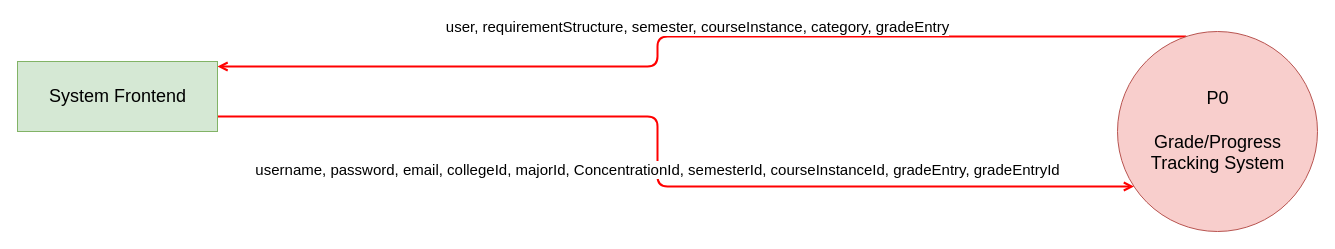
Before: docs/level_0_dfd/level_0_dfd.drawio in KYDronePilot/CSC-440-Team-Project, a draw.io diagram. Source tidied: cells renumbered, new cells numbered last; positions are measured from the earlier drawing's top-left corner, leaving out a move shared by most shapes. Both pictures are drawn from the tidied source at 100%, with x=0, y=0 at pixel (17, 31).
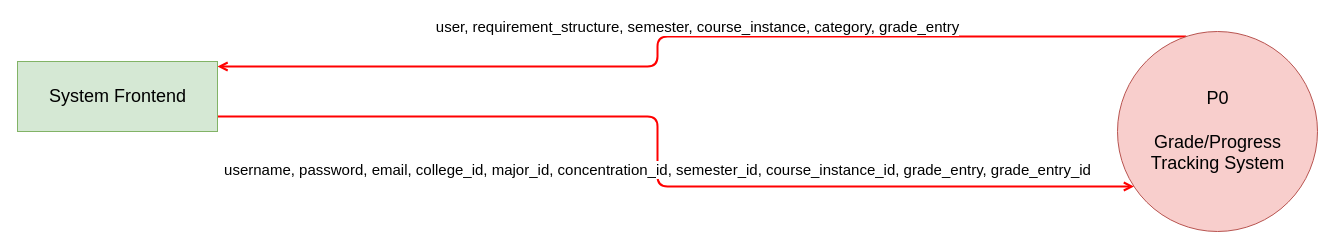
The same diagram, later.

Commit message (it also covers changes not shown here):
Started adding contents to data dictionary (WIP)

- Updated camelCase in level 0 DFD to snake_case.

Change to the diagram source:
```diff
@@
 <mxGraphModel>
   <root>
     <mxCell id="0" />
     <mxCell id="1" parent="0" />
-    <mxCell id="2" value="&lt;font style=&quot;font-size: 15px&quot;&gt;user, requirementStructure, semester, courseInstance, category, gradeEntry&lt;/font&gt;" style="edgeStyle=orthogonalEdgeStyle;rounded=1;jettySize=auto;html=1;endArrow=open;endFill=0;strokeColor=#FF0000;strokeWidth=2;" parent="1" edge="1" source="3" target="5">
+    <mxCell id="2" value="&lt;font style=&quot;font-size: 15px&quot;&gt;user, requirement_structure, semester, course_instance, category, grade_entry&lt;/font&gt;" style="edgeStyle=orthogonalEdgeStyle;rounded=1;jettySize=auto;html=1;endArrow=open;endFill=0;strokeColor=#FF0000;strokeWidth=2;" parent="1" edge="1" source="3" target="5">
       <mxGeometry x="-0.02" y="-10" relative="1" as="geometry">
         <Array as="points">
           <mxPoint x="640" y="5" />
           <mxPoint x="640" y="35" />
         </Array>
       </mxGeometry>
     </mxCell>
     <mxCell id="3" value="P0&lt;br&gt;&lt;br&gt;Grade/Progress&lt;br&gt;Tracking System" style="shape=ellipse;html=1;dashed=0;whitespace=wrap;perimeter=ellipsePerimeter;fillColor=#f8cecc;strokeColor=#b85450;fontSize=18;" parent="1" vertex="1">
       <mxGeometry x="1100" width="200" height="200" as="geometry" />
     </mxCell>
-    <mxCell id="4" value="&lt;font style=&quot;font-size: 15px&quot;&gt;username, password, email, collegeId, majorId, ConcentrationId, semesterId, courseInstanceId, gradeEntry, gradeEntryId&lt;/font&gt;" style="edgeStyle=orthogonalEdgeStyle;rounded=1;jettySize=auto;html=1;strokeColor=#FF0000;endArrow=open;endFill=0;strokeWidth=2;" parent="1" edge="1" source="5" target="3">
+    <mxCell id="4" value="&lt;font style=&quot;font-size: 15px&quot;&gt;username, password, email, college_id, major_id, concentration_id, semester_id, course_instance_id, grade_entry, grade_entry_id&lt;/font&gt;" style="edgeStyle=orthogonalEdgeStyle;rounded=1;jettySize=auto;html=1;strokeColor=#FF0000;endArrow=open;endFill=0;strokeWidth=2;" parent="1" edge="1" source="5" target="3">
       <mxGeometry relative="1" as="geometry">
         <Array as="points">
           <mxPoint x="640" y="85" />
           <mxPoint x="640" y="155" />
         </Array>
       </mxGeometry>
     </mxCell>
     <mxCell id="5" value="System Frontend" style="html=1;dashed=0;whitespace=wrap;fillColor=#d5e8d4;strokeColor=#82b366;fontSize=18;" parent="1" vertex="1">
       <mxGeometry y="30" width="200" height="70" as="geometry" />
     </mxCell>
   </root>
 </mxGraphModel>
```
